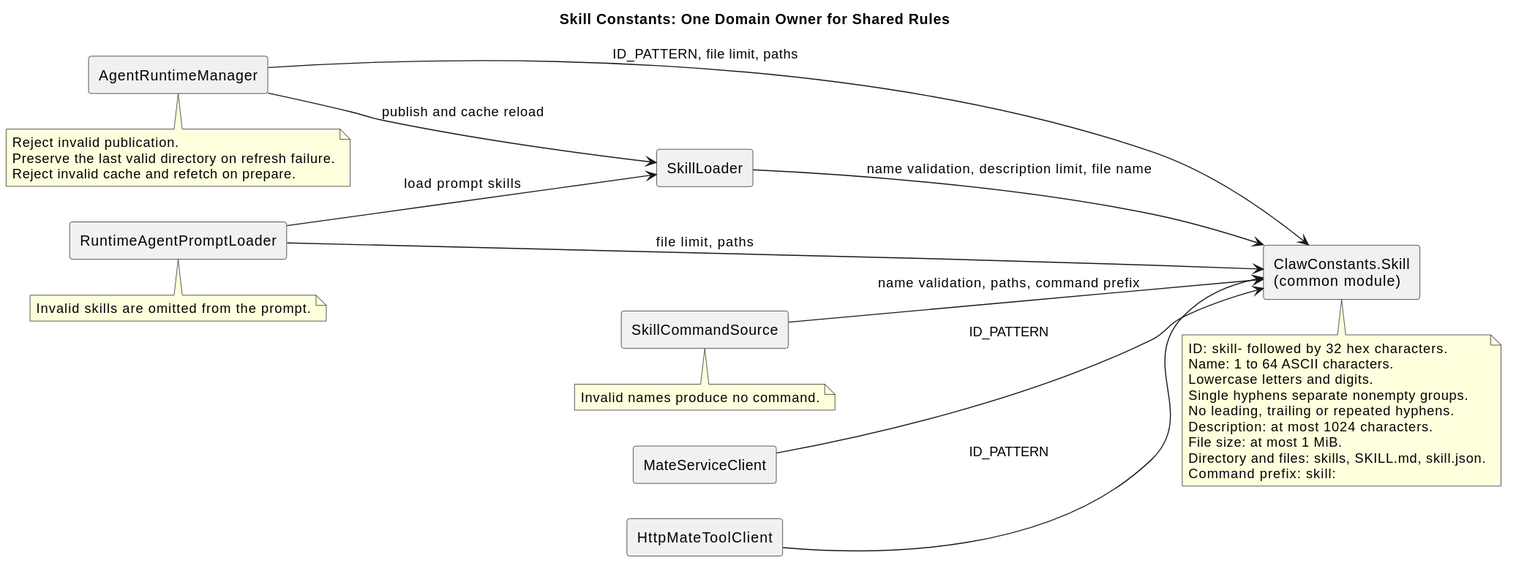
Earlier version of the PlantUML export docs/designs/skill-name-validation/skill_name_validation.svg (2862282695gjh-afk/pi-mono-java).
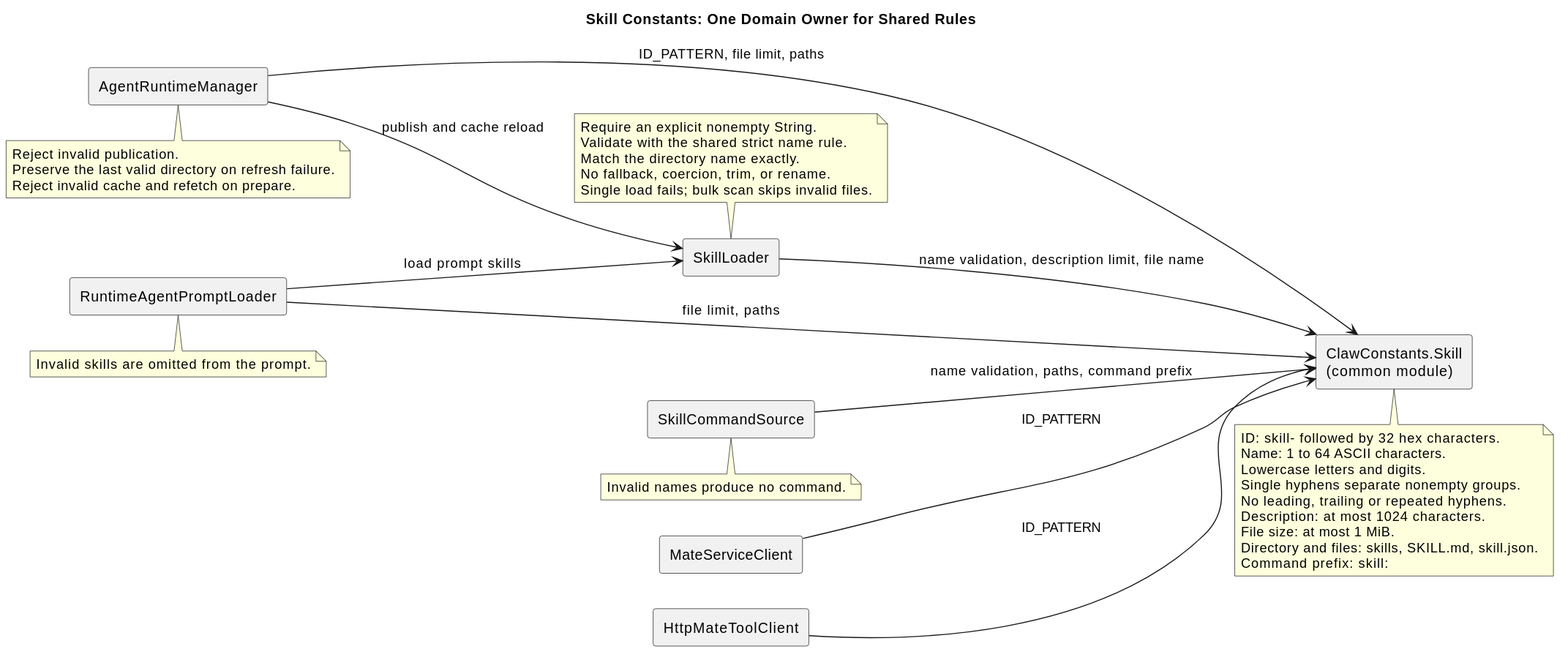
Later version of the same file.

Change to the diagram source:
```diff
@@ -37,6 +37,13 @@
 note bottom of Prompt
 Invalid skills are omitted from the prompt.
 end note
+note top of Loader
+Require an explicit nonempty String.
+Validate with the shared strict name rule.
+Match the directory name exactly.
+No fallback, coercion, trim, or rename.
+Single load fails; bulk scan skips invalid files.
+end note
 note bottom of Commands
 Invalid names produce no command.
 end note
```
